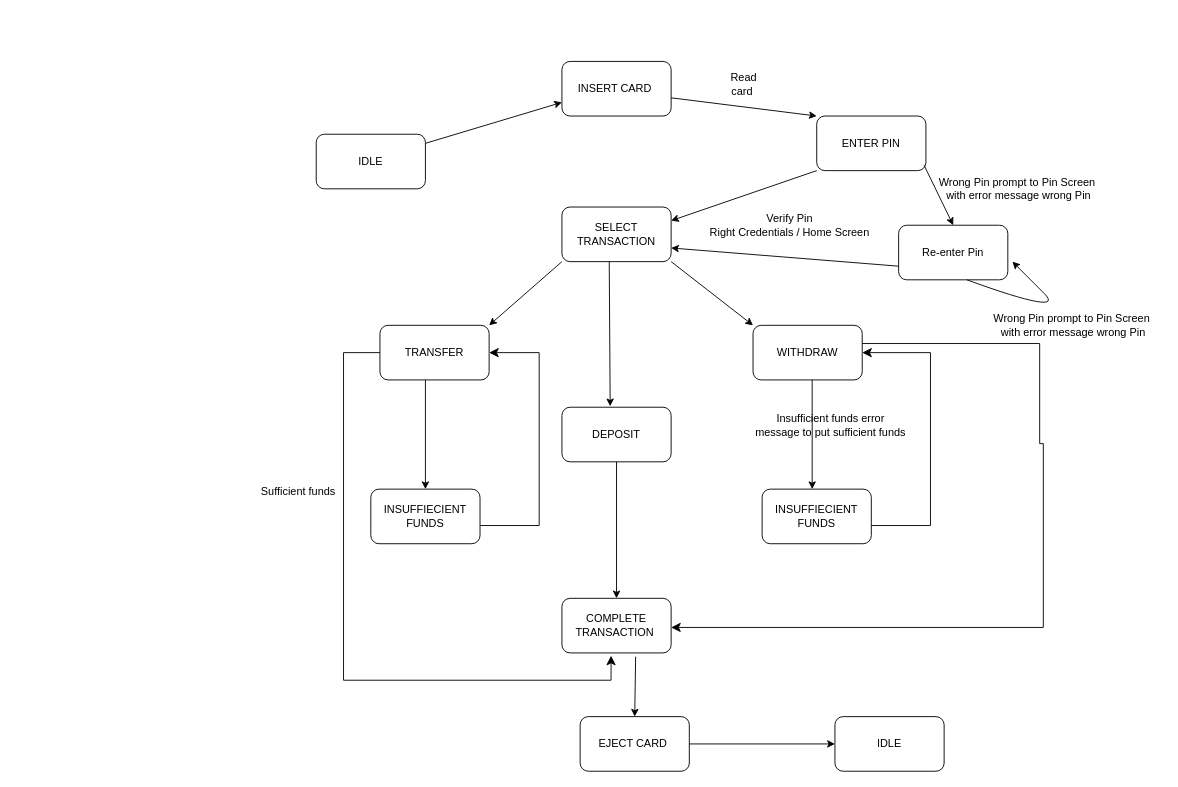
The draw.io diagram SECONDPHASE.drawio in muhezma/Demo, before the edit. Source tidied: cells renumbered, new cells numbered last; positions are measured from the earlier drawing's top-left corner, leaving out a move shared by most shapes. Both pictures are drawn from the tidied source at 91%, with x=0, y=0 at pixel (248, 61).
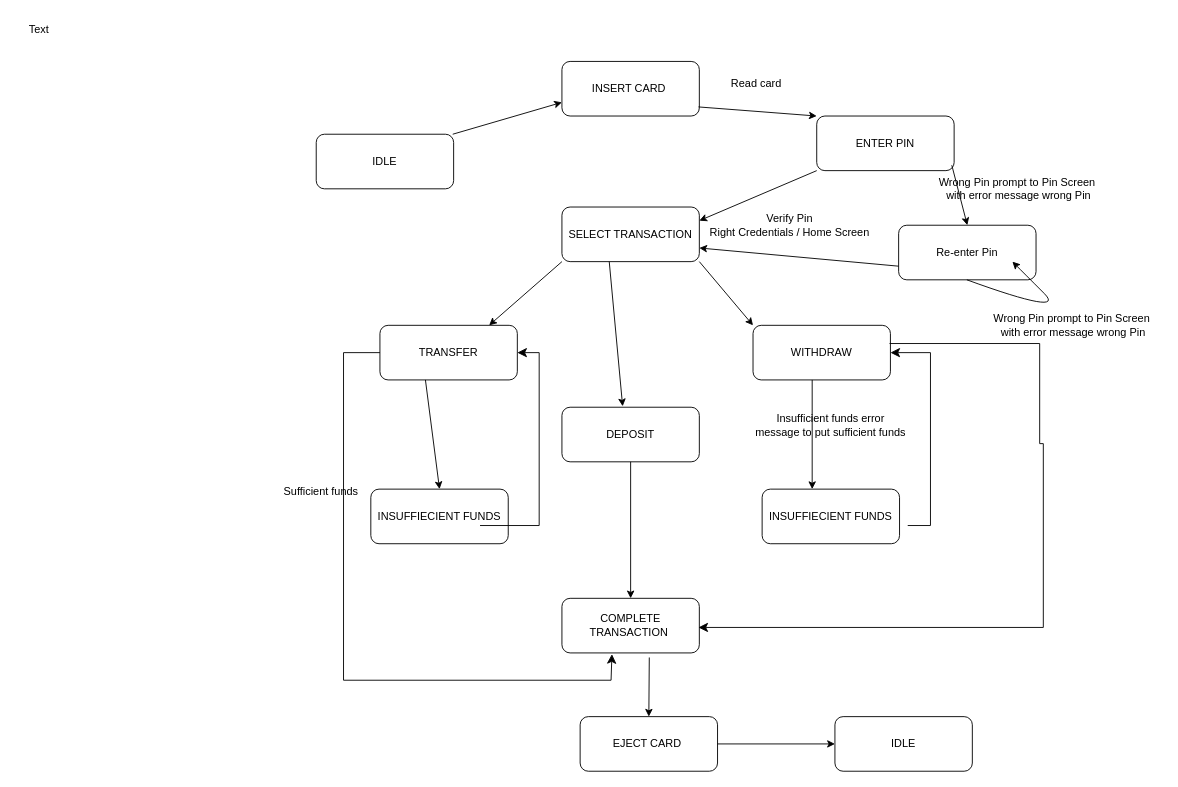
The same diagram, later.

Change to the diagram source:
```diff
@@
     <mxCell id="2" value="IDLE" style="rounded=1;whiteSpace=wrap;html=1;" parent="1" vertex="1">
-      <mxGeometry x="75" y="80" width="120" height="60" as="geometry" />
+      <mxGeometry x="75" y="80" width="151" height="60" as="geometry" />
     </mxCell>
     <mxCell id="3" value="ENTER PIN" style="rounded=1;whiteSpace=wrap;html=1;" parent="1" vertex="1">
-      <mxGeometry x="625" y="60" width="120" height="60" as="geometry" />
+      <mxGeometry x="625" y="60" width="151" height="60" as="geometry" />
     </mxCell>
     <mxCell id="4" value="INSERT CARD&amp;nbsp;" style="rounded=1;whiteSpace=wrap;html=1;" parent="1" vertex="1">
-      <mxGeometry x="345" width="120" height="60" as="geometry" />
+      <mxGeometry x="345" width="151" height="60" as="geometry" />
     </mxCell>
     <mxCell id="5" value="SELECT TRANSACTION" style="rounded=1;whiteSpace=wrap;html=1;" parent="1" vertex="1">
-      <mxGeometry x="345" y="160" width="120" height="60" as="geometry" />
+      <mxGeometry x="345" y="160" width="151" height="60" as="geometry" />
     </mxCell>
     <mxCell id="6" value="DEPOSIT" style="rounded=1;whiteSpace=wrap;html=1;" parent="1" vertex="1">
-      <mxGeometry x="345" y="380" width="120" height="60" as="geometry" />
+      <mxGeometry x="345" y="380" width="151" height="60" as="geometry" />
     </mxCell>
     <mxCell id="7" value="COMPLETE TRANSACTION&amp;nbsp;" style="rounded=1;whiteSpace=wrap;html=1;" parent="1" vertex="1">
-      <mxGeometry x="345" y="590" width="120" height="60" as="geometry" />
+      <mxGeometry x="345" y="590" width="151" height="60" as="geometry" />
     </mxCell>
     <mxCell id="8" value="WITHDRAW" style="rounded=1;whiteSpace=wrap;html=1;" parent="1" vertex="1">
-      <mxGeometry x="555" y="290" width="120" height="60" as="geometry" />
+      <mxGeometry x="555" y="290" width="151" height="60" as="geometry" />
     </mxCell>
     <mxCell id="9" value="TRANSFER" style="rounded=1;whiteSpace=wrap;html=1;" parent="1" vertex="1">
-      <mxGeometry x="145" y="290" width="120" height="60" as="geometry" />
+      <mxGeometry x="145" y="290" width="151" height="60" as="geometry" />
     </mxCell>
     <mxCell id="10" value="EJECT CARD&amp;nbsp;" style="rounded=1;whiteSpace=wrap;html=1;" parent="1" vertex="1">
-      <mxGeometry x="365" y="720" width="120" height="60" as="geometry" />
+      <mxGeometry x="365" y="720" width="151" height="60" as="geometry" />
     </mxCell>
     <mxCell id="11" value="IDLE" style="rounded=1;whiteSpace=wrap;html=1;" parent="1" vertex="1">
-      <mxGeometry x="645" y="720" width="120" height="60" as="geometry" />
+      <mxGeometry x="645" y="720" width="151" height="60" as="geometry" />
     </mxCell>
     <mxCell id="12" style="endArrow=classic;html=1;rounded=0;entryX=0;entryY=0.75;entryDx=0;entryDy=0;" parent="1" edge="1" target="4">
       <mxGeometry relative="1" as="geometry">
-        <mxPoint x="195" y="90" as="sourcePoint" />
+        <mxPoint x="225" y="80" as="sourcePoint" />
       </mxGeometry>
     </mxCell>
     <mxCell id="13" style="endArrow=classic;html=1;rounded=0;entryX=0;entryY=0;entryDx=0;entryDy=0;" parent="1" edge="1" target="3">
       <mxGeometry relative="1" as="geometry">
-        <mxPoint x="465" y="40" as="sourcePoint" />
+        <mxPoint x="495" y="50" as="sourcePoint" />
       </mxGeometry>
     </mxCell>
@@
     <mxCell id="19" value="Read card&amp;nbsp;" style="text;html=1;strokeColor=none;fillColor=none;align=center;verticalAlign=middle;whiteSpace=wrap;rounded=0;" parent="1" vertex="1">
-      <mxGeometry x="515" width="60" height="50" as="geometry" />
+      <mxGeometry x="515" width="91" height="50" as="geometry" />
     </mxCell>
@@
     <mxCell id="21" value="Re-enter Pin" style="rounded=1;whiteSpace=wrap;html=1;" parent="1" vertex="1">
-      <mxGeometry x="715" y="180" width="120" height="60" as="geometry" />
+      <mxGeometry x="715" y="180" width="151" height="60" as="geometry" />
     </mxCell>
@@
     <mxCell id="28" value="INSUFFIECIENT FUNDS" style="rounded=1;whiteSpace=wrap;html=1;" parent="1" vertex="1">
-      <mxGeometry x="135" y="470" width="120" height="60" as="geometry" />
+      <mxGeometry x="135" y="470" width="151" height="60" as="geometry" />
     </mxCell>
     <mxCell id="29" value="INSUFFIECIENT FUNDS" style="rounded=1;whiteSpace=wrap;html=1;" parent="1" vertex="1">
-      <mxGeometry x="565" y="470" width="120" height="60" as="geometry" />
+      <mxGeometry x="565" y="470" width="151" height="60" as="geometry" />
     </mxCell>
-    <mxCell id="30" style="edgeStyle=segmentEdgeStyle;endArrow=classic;html=1;curved=0;rounded=0;endSize=8;startSize=8;entryX=0.45;entryY=1.05;entryDx=0;entryDy=0;entryPerimeter=0;exitX=0;exitY=0.5;exitDx=0;exitDy=0;" parent="1" edge="1" source="9" target="7">
+    <mxCell id="30" style="edgeStyle=segmentEdgeStyle;endArrow=classic;html=1;curved=0;rounded=0;endSize=8;startSize=8;exitX=0;exitY=0.5;exitDx=0;exitDy=0;entryX=0.364;entryY=1.022;entryDx=0;entryDy=0;entryPerimeter=0;" parent="1" edge="1" source="9" target="7">
       <mxGeometry relative="1" as="geometry">
         <Array as="points">
           <mxPoint x="105" y="320" />
           <mxPoint x="105" y="680" />
           <mxPoint x="399" y="680" />
+          <mxPoint x="399" y="651" />
         </Array>
       </mxGeometry>
     </mxCell>
@@
     <mxCell id="34" value="Sufficient funds" style="text;html=1;align=center;verticalAlign=middle;strokeColor=none;fillColor=none;" parent="1" vertex="1">
-      <mxGeometry y="458" width="110" height="30" as="geometry" />
+      <mxGeometry x="25" y="458" width="110" height="30" as="geometry" />
     </mxCell>
@@
     <mxCell id="36" style="edgeStyle=elbowEdgeStyle;elbow=horizontal;endArrow=classic;html=1;curved=0;rounded=0;endSize=8;startSize=8;entryX=1;entryY=0.5;entryDx=0;entryDy=0;" parent="1" edge="1" target="8">
       <mxGeometry relative="1" as="geometry">
-        <mxPoint x="685" y="510" as="sourcePoint" />
+        <mxPoint x="725" y="510" as="sourcePoint" />
         <Array as="points">
           <mxPoint x="750" y="280" />
         </Array>
       </mxGeometry>
     </mxCell>
-    <mxCell id="37" style="edgeStyle=segmentEdgeStyle;endArrow=classic;html=1;curved=0;rounded=0;endSize=8;startSize=8;entryX=1.008;entryY=0.617;entryDx=0;entryDy=0;entryPerimeter=0;exitX=1;exitY=0.25;exitDx=0;exitDy=0;" parent="1" edge="1">
+    <mxCell id="37" style="edgeStyle=segmentEdgeStyle;endArrow=classic;html=1;curved=0;rounded=0;endSize=8;startSize=8;" parent="1" edge="1">
       <mxGeometry relative="1" as="geometry">
-        <mxPoint x="675" y="310" as="sourcePoint" />
-        <mxPoint x="465" y="622" as="targetPoint" />
+        <mxPoint x="705" y="310" as="sourcePoint" />
+        <mxPoint x="495" y="622" as="targetPoint" />
         <Array as="points">
           <mxPoint x="870" y="310" />
           <mxPoint x="870" y="420" />
           <mxPoint x="874" y="420" />
           <mxPoint x="874" y="622" />
         </Array>
       </mxGeometry>
     </mxCell>
-    <mxCell id="38" style="endArrow=classic;html=1;rounded=0;entryX=0.5;entryY=0;entryDx=0;entryDy=0;exitX=0.675;exitY=1.069;exitDx=0;exitDy=0;exitPerimeter=0;" parent="1" edge="1" source="7" target="10">
-      <mxGeometry relative="1" as="geometry" />
+    <mxCell id="38" style="endArrow=classic;html=1;rounded=0;entryX=0.5;entryY=0;entryDx=0;entryDy=0;" parent="1" edge="1" target="10">
+      <mxGeometry relative="1" as="geometry">
+        <mxPoint x="441" y="655" as="sourcePoint" />
+      </mxGeometry>
     </mxCell>
@@
+    <mxCell id="40" value="Text" style="text;html=1;align=center;verticalAlign=middle;strokeColor=none;fillColor=none;" parent="1" vertex="1">
+      <mxGeometry x="-255" y="-50" width="50" height="30" as="geometry" />
+    </mxCell>
```
